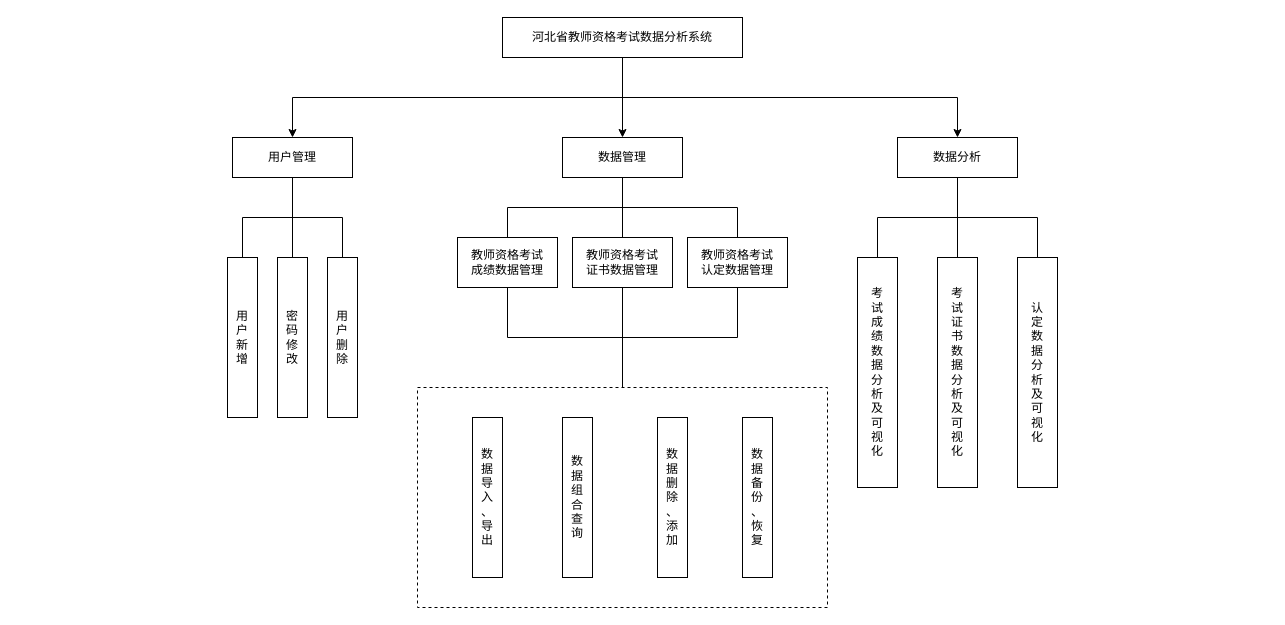
coderyjc/certificate_analysis keeps this draw.io diagram as page "0.项目功能架构" (1 of 4) of resouces/drawio/structure.drawio. Above is the earlier version. Source tidied: cells renumbered, new cells numbered last; positions are measured from the earlier drawing's top-left corner, leaving out a move shared by most shapes. Both pictures are drawn from the tidied source at 100%, with x=0, y=0 at pixel (227, 17).
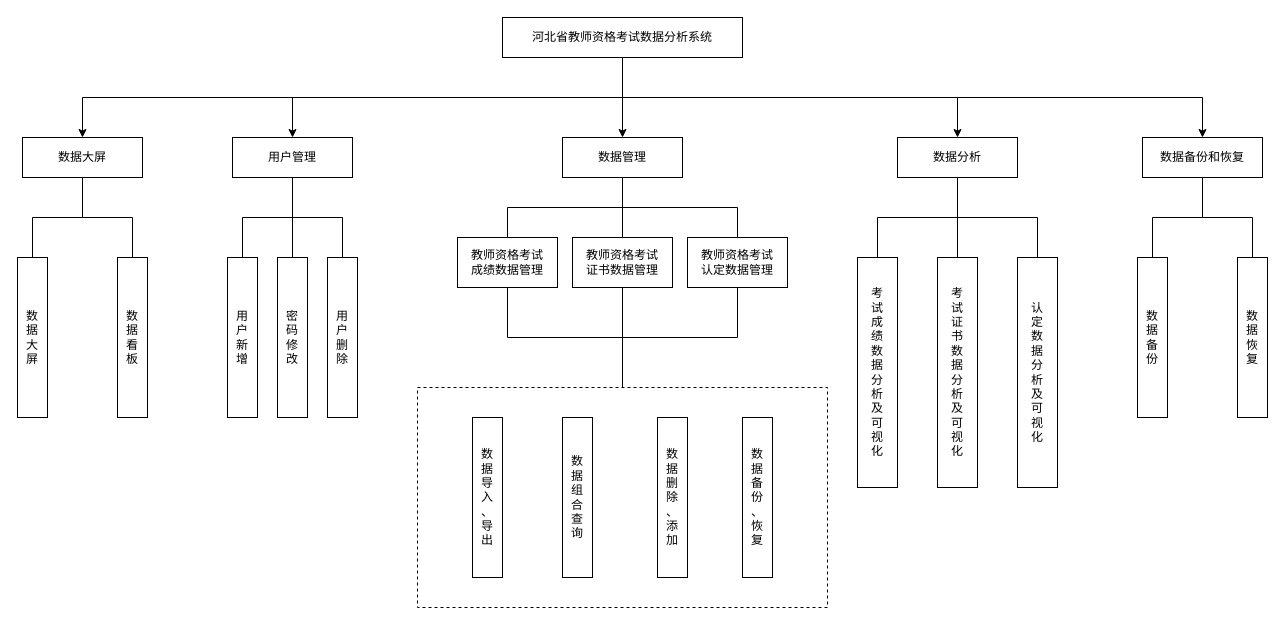
The same page after the edit.

Unchanged cells that the change refers to:
```xml
<mxCell id="5" value="&lt;p class=&quot;MsoNormal&quot;&gt;河北省教师资格考试数据分析系统&lt;/p&gt;" style="whiteSpace=wrap;html=1;" parent="1" vertex="1">
  <mxGeometry x="275" width="240" height="40" as="geometry" />
</mxCell>
```

Diff of the diagram source:
```diff
@@
+    <mxCell id="35" style="edgeStyle=none;html=1;exitX=0.5;exitY=1;exitDx=0;exitDy=0;entryX=0.5;entryY=0;entryDx=0;entryDy=0;rounded=0;" parent="1" edge="1" source="5" target="39">
+      <mxGeometry relative="1" as="geometry">
+        <Array as="points">
+          <mxPoint x="395" y="80" />
+          <mxPoint x="-145" y="80" />
+        </Array>
+      </mxGeometry>
+    </mxCell>
+    <mxCell id="36" style="edgeStyle=none;rounded=0;html=1;exitX=0.5;exitY=1;exitDx=0;exitDy=0;entryX=0.5;entryY=0;entryDx=0;entryDy=0;" parent="1" edge="1" source="5" target="44">
+      <mxGeometry relative="1" as="geometry">
+        <Array as="points">
+          <mxPoint x="395" y="80" />
+          <mxPoint x="975" y="80" />
+        </Array>
+      </mxGeometry>
+    </mxCell>
@@
+    <mxCell id="37" style="edgeStyle=none;rounded=0;html=1;exitX=0.5;exitY=1;exitDx=0;exitDy=0;entryX=0.5;entryY=0;entryDx=0;entryDy=0;endArrow=none;endFill=0;" parent="1" edge="1" source="39" target="40">
+      <mxGeometry relative="1" as="geometry">
+        <Array as="points">
+          <mxPoint x="-145" y="200" />
+          <mxPoint x="-195" y="200" />
+        </Array>
+      </mxGeometry>
+    </mxCell>
+    <mxCell id="38" style="edgeStyle=none;rounded=0;html=1;exitX=0.5;exitY=1;exitDx=0;exitDy=0;entryX=0.5;entryY=0;entryDx=0;entryDy=0;endArrow=none;endFill=0;" parent="1" edge="1" source="39" target="41">
+      <mxGeometry relative="1" as="geometry">
+        <Array as="points">
+          <mxPoint x="-145" y="200" />
+          <mxPoint x="-95" y="200" />
+        </Array>
+      </mxGeometry>
+    </mxCell>
+    <mxCell id="39" value="数据大屏" style="whiteSpace=wrap;html=1;" parent="1" vertex="1">
+      <mxGeometry x="-205" y="120" width="120" height="40" as="geometry" />
+    </mxCell>
+    <mxCell id="40" value="数&lt;br&gt;据&lt;br&gt;大&lt;br&gt;屏" style="whiteSpace=wrap;html=1;" parent="1" vertex="1">
+      <mxGeometry x="-210" y="240" width="30" height="160" as="geometry" />
+    </mxCell>
+    <mxCell id="41" value="数&lt;br&gt;据&lt;br&gt;看&lt;br&gt;板" style="whiteSpace=wrap;html=1;" parent="1" vertex="1">
+      <mxGeometry x="-110" y="240" width="30" height="160" as="geometry" />
+    </mxCell>
+    <mxCell id="42" style="edgeStyle=none;rounded=0;html=1;exitX=0.5;exitY=1;exitDx=0;exitDy=0;entryX=0.5;entryY=0;entryDx=0;entryDy=0;endArrow=none;endFill=0;" parent="1" edge="1" source="44" target="45">
+      <mxGeometry relative="1" as="geometry">
+        <Array as="points">
+          <mxPoint x="975" y="200" />
+          <mxPoint x="925" y="200" />
+        </Array>
+      </mxGeometry>
+    </mxCell>
+    <mxCell id="43" style="edgeStyle=none;rounded=0;html=1;exitX=0.5;exitY=1;exitDx=0;exitDy=0;entryX=0.5;entryY=0;entryDx=0;entryDy=0;endArrow=none;endFill=0;" parent="1" edge="1" source="44" target="46">
+      <mxGeometry relative="1" as="geometry">
+        <Array as="points">
+          <mxPoint x="975" y="200" />
+          <mxPoint x="1025" y="200" />
+        </Array>
+      </mxGeometry>
+    </mxCell>
+    <mxCell id="44" value="数据备份和恢复" style="whiteSpace=wrap;html=1;" parent="1" vertex="1">
+      <mxGeometry x="915" y="120" width="120" height="40" as="geometry" />
+    </mxCell>
+    <mxCell id="45" value="数&lt;br&gt;据&lt;br&gt;备&lt;br&gt;份" style="whiteSpace=wrap;html=1;" parent="1" vertex="1">
+      <mxGeometry x="910" y="240" width="30" height="160" as="geometry" />
+    </mxCell>
+    <mxCell id="46" value="数&lt;br&gt;据&lt;br&gt;恢&lt;br&gt;复" style="whiteSpace=wrap;html=1;" parent="1" vertex="1">
+      <mxGeometry x="1010" y="240" width="30" height="160" as="geometry" />
+    </mxCell>
```
